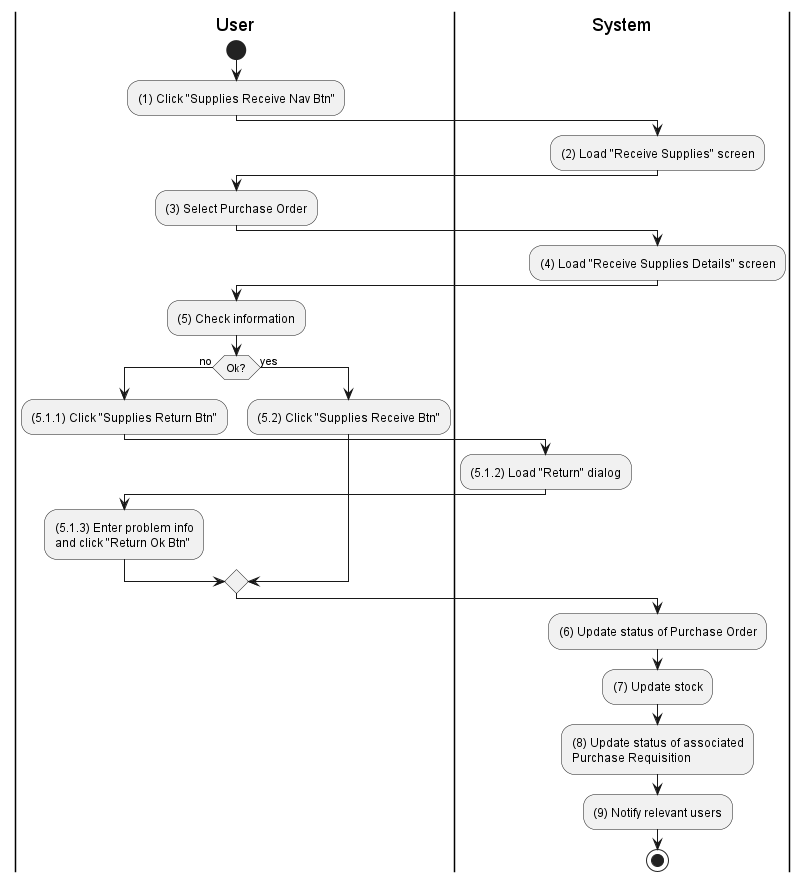
The PlantUML diagram activities/inventory-supply-receive.png in phihungha/scmss-reqs, before a commit.
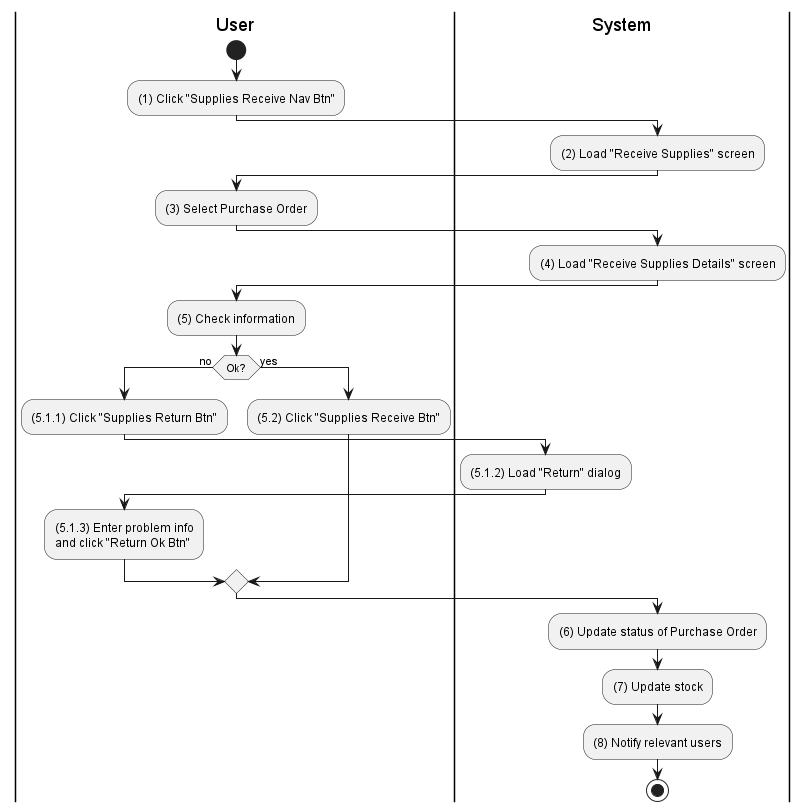
The same file after the commit.

Commit message:
Remove unnecessary associated item activity

Change to the diagram source:
```diff
@@ -35,7 +35,6 @@
 |s|
 :(6) Update status of Purchase Order;
 :(7) Update stock;
-:(8) Update status of associated\nPurchase Requisition;
-:(9) Notify relevant users;
+:(8) Notify relevant users;
 stop
 @enduml
```
